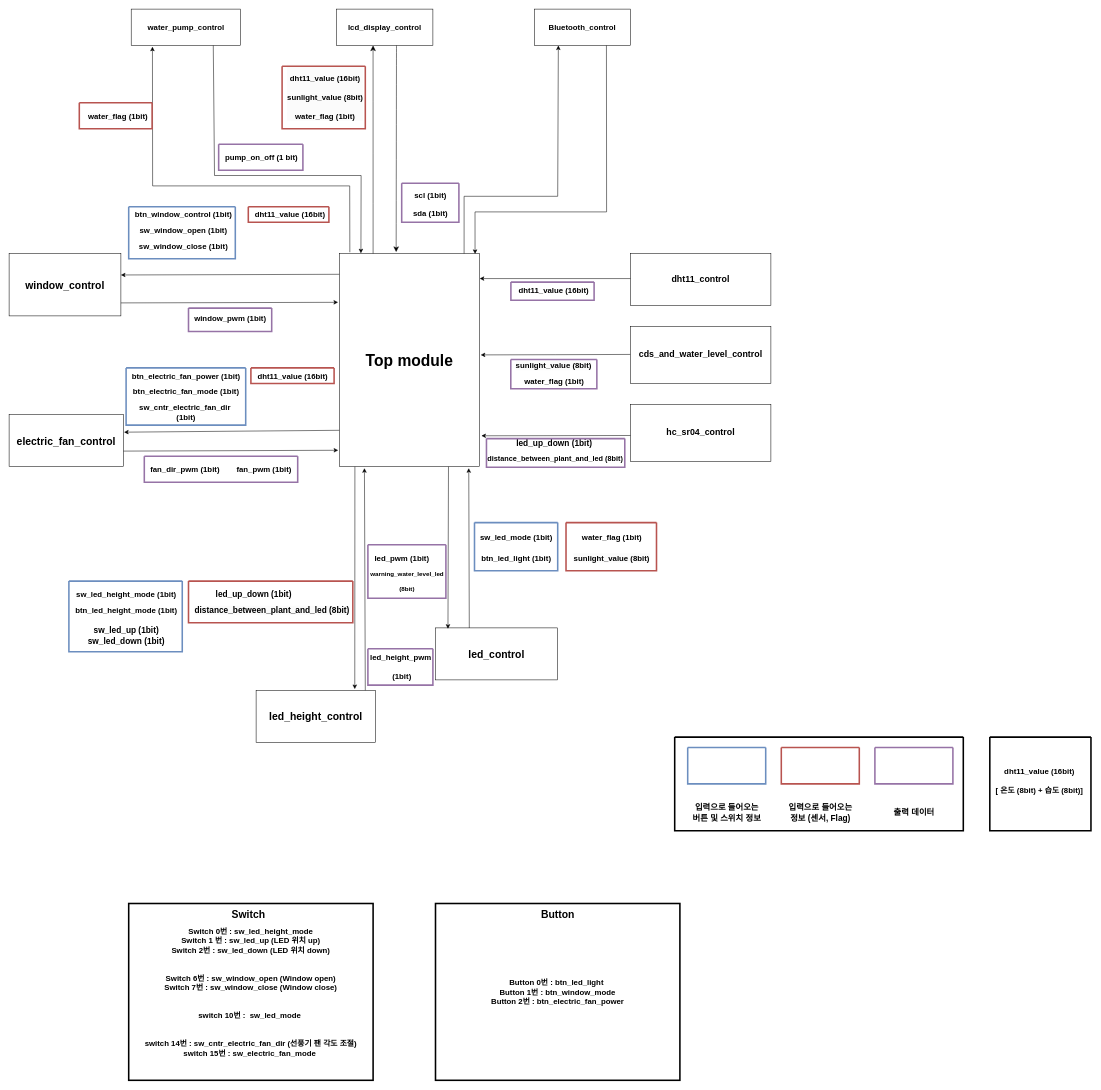
Earlier version of the draw.io diagram Blcoc_diagram_update.drawio (wwww2128/smartfarm). Source tidied: cells renumbered, new cells numbered last; positions are measured from the earlier drawing's top-left corner, leaving out a move shared by most shapes. Both pictures are drawn from the tidied source at 52%, with x=0, y=0 at pixel (9, 9).
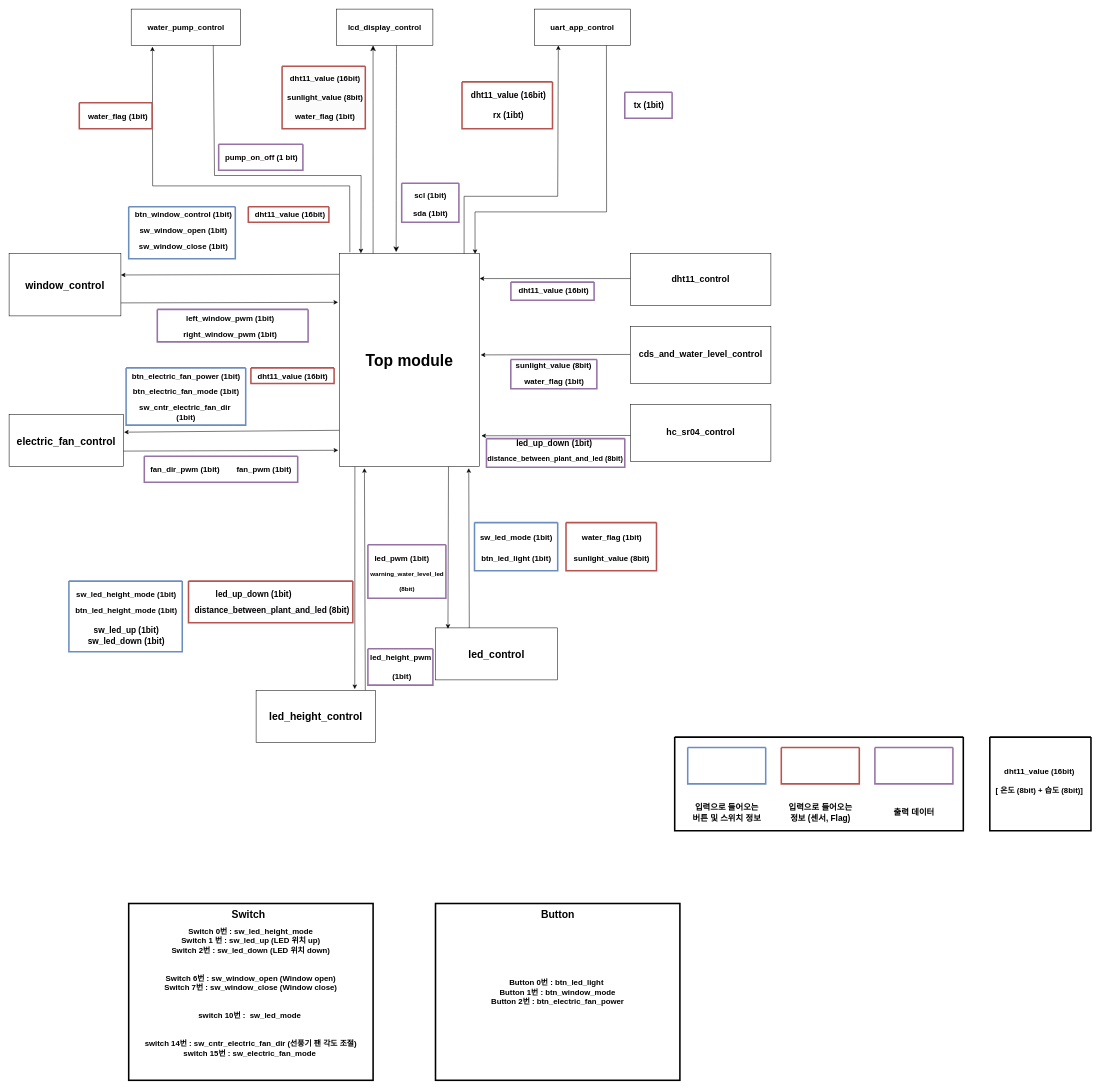
The same page after the edit.

The edit, as a diff of the source:
```diff
@@
-    <mxCell id="12" value="&lt;font style=&quot;font-size: 15px;&quot;&gt;&lt;b&gt;window_pwm (1bit)&lt;/b&gt;&lt;/font&gt;" style="text;html=1;align=center;verticalAlign=middle;strokeColor=none;fillColor=none;" parent="1" vertex="1">
-      <mxGeometry x="345" y="580" width="160" height="30" as="geometry" />
-    </mxCell>
@@
     <mxCell id="78" style="swimlane;startSize=0;strokeWidth=3;fillColor=#e1d5e7;strokeColor=#9673a6;" parent="1" vertex="1">
-      <mxGeometry x="345" y="575" width="160" height="45" as="geometry" />
+      <mxGeometry x="285" y="577.5" width="290" height="62.5" as="geometry" />
     </mxCell>
+    <mxCell id="12" value="&lt;font style=&quot;font-size: 15px;&quot;&gt;&lt;b&gt;left_window_pwm (1bit)&lt;/b&gt;&lt;/font&gt;" style="text;html=1;align=center;verticalAlign=middle;strokeColor=none;fillColor=none;" parent="78" vertex="1">
+      <mxGeometry x="45" y="2.5" width="190" height="30" as="geometry" />
+    </mxCell>
+    <mxCell id="94" value="&lt;b style=&quot;font-size: 15px;&quot;&gt;right_window_pwm (1bit)&lt;/b&gt;" style="text;html=1;align=center;verticalAlign=middle;strokeColor=none;fillColor=none;" parent="78" vertex="1">
+      <mxGeometry x="40" y="32.5" width="200" height="30" as="geometry" />
+    </mxCell>
@@
-    <mxCell id="91" value="&lt;span style=&quot;font-size: 15px;&quot;&gt;&lt;b&gt;Bluetooth_control&lt;/b&gt;&lt;/span&gt;" style="rounded=0;whiteSpace=wrap;html=1;" parent="1" vertex="1">
+    <mxCell id="91" value="&lt;span style=&quot;font-size: 15px;&quot;&gt;&lt;b&gt;uart_app_control&lt;/b&gt;&lt;/span&gt;" style="rounded=0;whiteSpace=wrap;html=1;" parent="1" vertex="1">
       <mxGeometry x="1010" width="185" height="70" as="geometry" />
     </mxCell>
@@
+    <mxCell id="95" value="&lt;span style=&quot;font-size: 16px;&quot;&gt;&lt;font style=&quot;font-size: 16px;&quot;&gt;&lt;b&gt;dht11_value (16bit)&lt;/b&gt;&lt;/font&gt;&lt;/span&gt;&lt;div style=&quot;font-size: 16px;&quot;&gt;&lt;font style=&quot;font-size: 16px;&quot;&gt;&lt;b&gt;&lt;br&gt;&lt;/b&gt;&lt;/font&gt;&lt;/div&gt;&lt;div style=&quot;font-size: 16px;&quot;&gt;&lt;font style=&quot;font-size: 16px;&quot;&gt;&lt;b&gt;rx (1ibt)&lt;/b&gt;&lt;/font&gt;&lt;/div&gt;" style="text;html=1;align=center;verticalAlign=middle;strokeColor=none;fillColor=none;" parent="1" vertex="1">
+      <mxGeometry x="875" y="150" width="170" height="70" as="geometry" />
+    </mxCell>
+    <mxCell id="96" style="swimlane;startSize=0;strokeWidth=3;fillColor=#f8cecc;strokeColor=#b85450;" parent="1" vertex="1">
+      <mxGeometry x="871" y="140" width="174" height="90" as="geometry" />
+    </mxCell>
+    <mxCell id="97" value="&lt;b&gt;&lt;font style=&quot;font-size: 16px;&quot;&gt;tx (1bit)&lt;/font&gt;&lt;/b&gt;" style="text;html=1;align=center;verticalAlign=middle;strokeColor=none;fillColor=none;" parent="1" vertex="1">
+      <mxGeometry x="1190" y="170" width="80" height="30" as="geometry" />
+    </mxCell>
+    <mxCell id="98" style="swimlane;startSize=0;strokeWidth=3;fillColor=#e1d5e7;strokeColor=#9673a6;" parent="1" vertex="1">
+      <mxGeometry x="1184" y="160" width="91" height="50" as="geometry" />
+    </mxCell>
```
